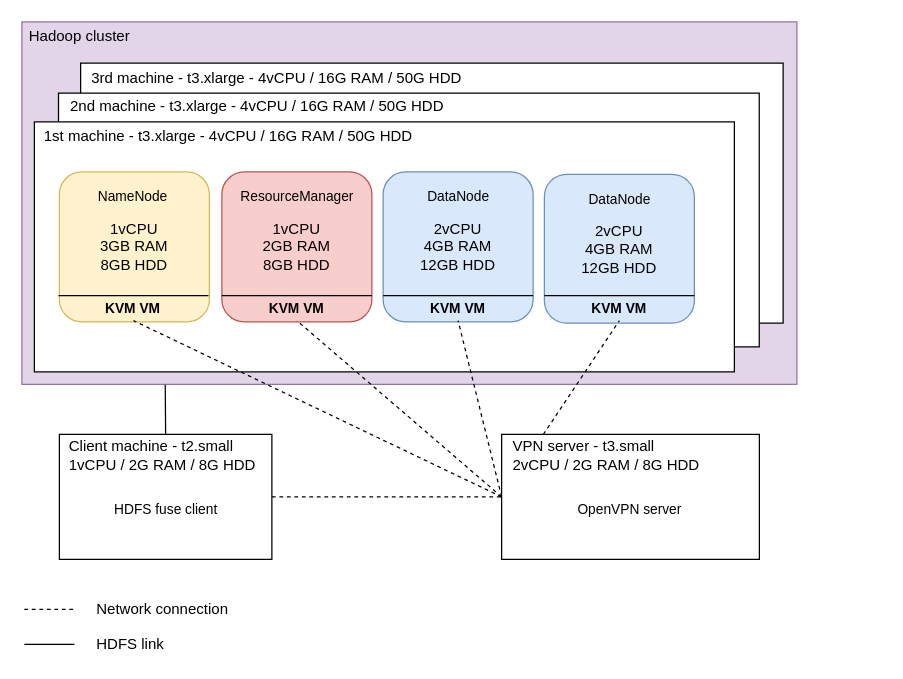
Before: schema.drawio in flavienbwk/aws-terraform-ansible-kvm-hadoop, a draw.io diagram. Source tidied: cells renumbered, new cells numbered last; positions are measured from the earlier drawing's top-left corner, leaving out a move shared by most shapes. Both pictures are drawn from the tidied source at 125%, with x=0, y=0 at pixel (21, 21).
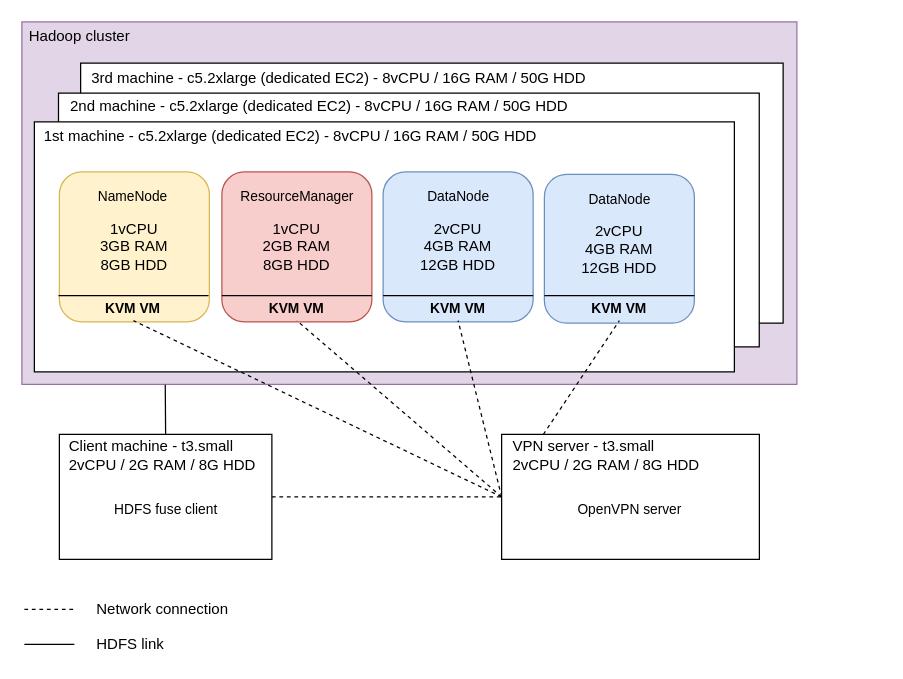
After the change.

Unchanged cells that the change refers to:
```xml
<mxCell id="26" style="group;" parent="1" vertex="1">
  <mxGeometry x="30" y="330" width="170" height="100" as="geometry" />
</mxCell>
```

What changed in the source:
```diff
@@
-    <mxCell id="4" value="3rd machine - t3.xlarge&amp;nbsp;- 4vCPU / 16G RAM / 50G HDD" style="text;html=1;strokeColor=none;fillColor=none;align=left;verticalAlign=middle;whiteSpace=wrap;rounded=0;" parent="1" vertex="1">
-      <mxGeometry x="53.7" y="35" width="395.4" height="20" as="geometry" />
+    <mxCell id="4" value="3rd machine - c5.2xlarge (dedicated EC2) - 8vCPU / 16G RAM / 50G HDD" style="text;html=1;strokeColor=none;fillColor=none;align=left;verticalAlign=middle;whiteSpace=wrap;rounded=0;" parent="1" vertex="1">
+      <mxGeometry x="53.7" y="35" width="446.4" height="20" as="geometry" />
     </mxCell>
@@
-    <mxCell id="7" value="2nd machine - t3.xlarge&amp;nbsp;- 4vCPU / 16G RAM / 50G HDD" style="text;html=1;strokeColor=none;fillColor=none;align=left;verticalAlign=middle;whiteSpace=wrap;rounded=0;" parent="1" vertex="1">
+    <mxCell id="7" value="2nd machine - c5.2xlarge (dedicated EC2) - 8vCPU / 16G RAM / 50G HDD" style="text;html=1;strokeColor=none;fillColor=none;align=left;verticalAlign=middle;whiteSpace=wrap;rounded=0;" parent="1" vertex="1">
       <mxGeometry x="37" y="58" width="650" height="20" as="geometry" />
     </mxCell>
-    <mxCell id="8" value="1st machine - t3.xlarge - 4vCPU / 16G RAM / 50G HDD" style="text;html=1;strokeColor=none;fillColor=none;align=left;verticalAlign=middle;whiteSpace=wrap;rounded=0;" parent="1" vertex="1">
+    <mxCell id="8" value="1st machine - c5.2xlarge (dedicated EC2) - 8vCPU / 16G RAM / 50G HDD" style="text;html=1;strokeColor=none;fillColor=none;align=left;verticalAlign=middle;whiteSpace=wrap;rounded=0;" parent="1" vertex="1">
       <mxGeometry x="16" y="82" width="650" height="20" as="geometry" />
     </mxCell>
@@
-    <mxCell id="28" value="Client machine - t2.small&lt;br&gt;1vCPU / 2G RAM / 8G HDD" style="text;html=1;strokeColor=none;fillColor=none;align=left;verticalAlign=middle;whiteSpace=wrap;rounded=0;" parent="26" vertex="1">
+    <mxCell id="28" value="Client machine - t3.small&lt;br&gt;2vCPU / 2G RAM / 8G HDD" style="text;html=1;strokeColor=none;fillColor=none;align=left;verticalAlign=middle;whiteSpace=wrap;rounded=0;" parent="26" vertex="1">
       <mxGeometry x="6" y="7" width="159" height="20" as="geometry" />
     </mxCell>
```
